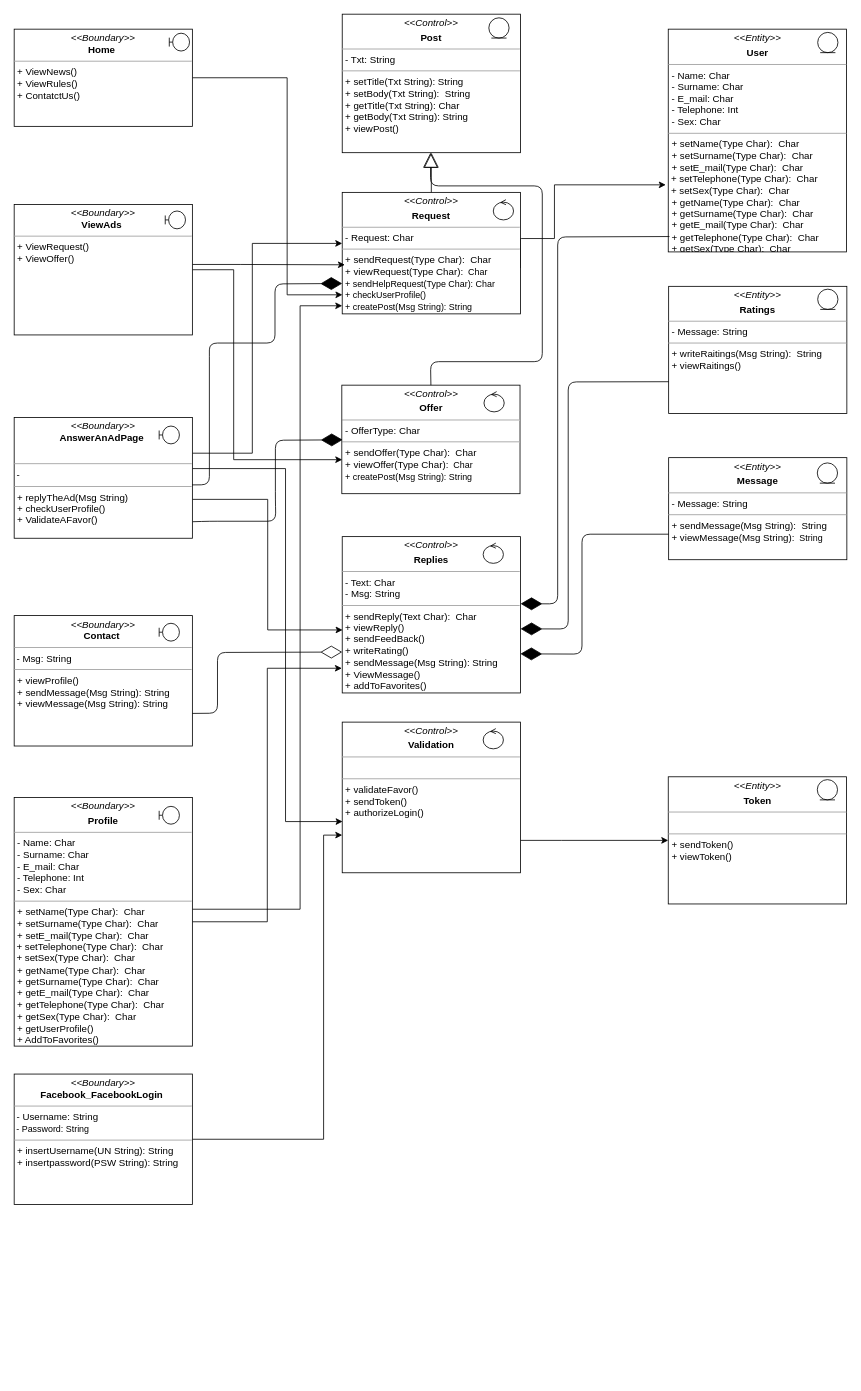
This is ClassDiagram.drawio from Torkin1/ISPW_project, a draw.io file, before an edit. Source tidied: cells renumbered, new cells numbered last; positions are measured from the earlier drawing's top-left corner, leaving out a move shared by most shapes. Both pictures are drawn from the tidied source at 81%, with x=0, y=0 at pixel (14, 14).
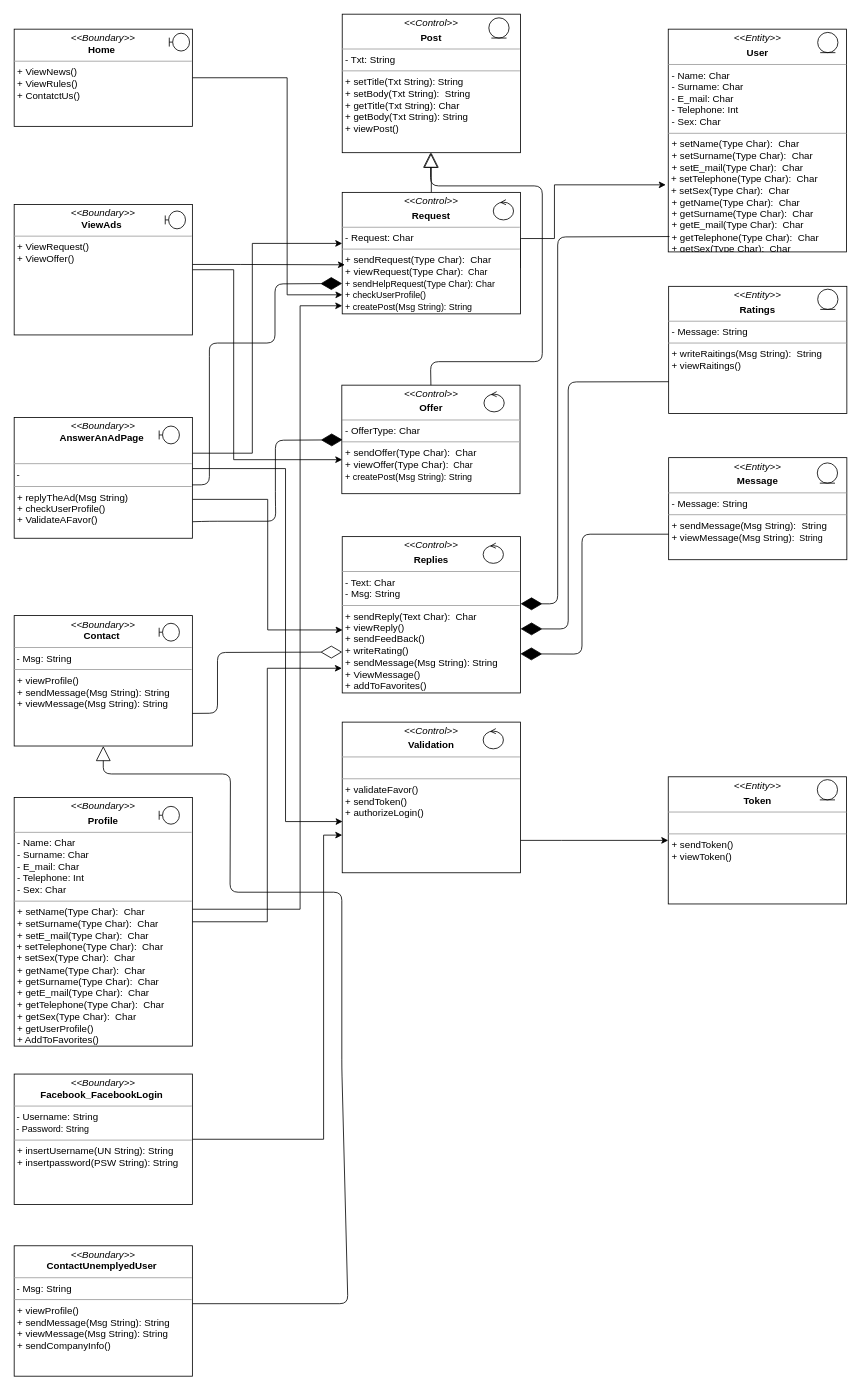
The same diagram, later.

Unchanged cells that the change refers to:
```xml
<mxCell id="11" value="&lt;p style=&quot;margin: 0px ; margin-top: 4px ; text-align: center&quot;&gt;&lt;i&gt;&amp;lt;&amp;lt;Boundary&amp;gt;&amp;gt;&lt;/i&gt;&lt;br&gt;&lt;b&gt;Contact&amp;nbsp;&lt;/b&gt;&lt;/p&gt;&lt;hr size=&quot;1&quot;&gt;&lt;p style=&quot;margin: 0px 0px 0px 4px&quot;&gt;&lt;/p&gt;&lt;font style=&quot;font-size: 11px&quot;&gt;&lt;span style=&quot;font-size: 12px&quot;&gt;&amp;nbsp;- Msg: String&lt;/span&gt;&lt;br&gt;&lt;hr size=&quot;1&quot; style=&quot;font-size: 12px&quot;&gt;&lt;p style=&quot;font-size: 12px ; margin: 0px 0px 0px 4px&quot;&gt;+ viewProfile()&lt;br&gt;&lt;/p&gt;&lt;p style=&quot;font-size: 12px ; margin: 0px 0px 0px 4px&quot;&gt;+ sendMessage(Msg String): String&lt;/p&gt;&lt;p style=&quot;font-size: 12px ; margin: 0px 0px 0px 4px&quot;&gt;+ viewMessage(Msg String): String&lt;/p&gt;&lt;/font&gt;" style="verticalAlign=top;align=left;overflow=fill;fontSize=12;fontFamily=Helvetica;html=1;rounded=0;shadow=0;comic=0;labelBackgroundColor=none;strokeWidth=1;" parent="1" vertex="1">
  <mxGeometry y="742.5" width="220" height="161" as="geometry" />
</mxCell>
```

The edit, as a diff of the source:
```diff
@@
+    <mxCell id="50" style="endArrow=block;endSize=16;endFill=0;html=1;entryX=0.5;entryY=1;entryDx=0;entryDy=0;exitX=1;exitY=0.556;exitDx=0;exitDy=0;exitPerimeter=0;" parent="1" edge="1" target="11">
+      <mxGeometry relative="1" as="geometry">
+        <mxPoint x="220" y="1592" as="sourcePoint" />
+        <Array as="points">
+          <mxPoint x="412" y="1592" />
+          <mxPoint x="404.5" y="1301" />
+          <mxPoint x="404.5" y="1084" />
+          <mxPoint x="266.5" y="1084" />
+          <mxPoint x="267" y="938" />
+          <mxPoint x="110" y="938" />
+        </Array>
+      </mxGeometry>
+    </mxCell>
+    <mxCell id="51" value="&lt;p style=&quot;margin: 0px ; margin-top: 4px ; text-align: center&quot;&gt;&lt;i&gt;&amp;lt;&amp;lt;Boundary&amp;gt;&amp;gt;&lt;/i&gt;&lt;br&gt;&lt;b&gt;ContactUnemplyedUser&amp;nbsp;&lt;/b&gt;&lt;/p&gt;&lt;hr size=&quot;1&quot;&gt;&lt;p style=&quot;margin: 0px 0px 0px 4px&quot;&gt;&lt;/p&gt;&lt;font style=&quot;font-size: 11px&quot;&gt;&lt;span style=&quot;font-size: 12px&quot;&gt;&amp;nbsp;- Msg: String&lt;/span&gt;&lt;br&gt;&lt;hr size=&quot;1&quot; style=&quot;font-size: 12px&quot;&gt;&lt;p style=&quot;font-size: 12px ; margin: 0px 0px 0px 4px&quot;&gt;+ viewProfile()&lt;br&gt;&lt;/p&gt;&lt;p style=&quot;font-size: 12px ; margin: 0px 0px 0px 4px&quot;&gt;+ sendMessage(Msg String): String&lt;/p&gt;&lt;p style=&quot;font-size: 12px ; margin: 0px 0px 0px 4px&quot;&gt;+ viewMessage(Msg String): String&lt;/p&gt;&lt;p style=&quot;font-size: 12px ; margin: 0px 0px 0px 4px&quot;&gt;+ sendCompanyInfo()&lt;/p&gt;&lt;/font&gt;" style="verticalAlign=top;align=left;overflow=fill;fontSize=12;fontFamily=Helvetica;html=1;rounded=0;shadow=0;comic=0;labelBackgroundColor=none;strokeWidth=1;" parent="1" vertex="1">
+      <mxGeometry y="1520.5" width="220" height="161" as="geometry" />
+    </mxCell>
```
